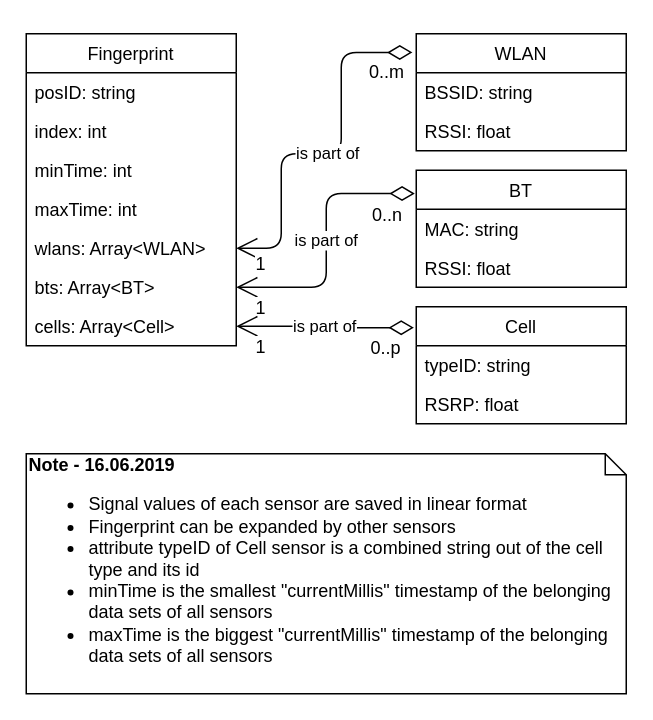
This is FP_DataModel.drawio from wurmc/DataModelling, a draw.io file, before an edit. Source tidied: cells renumbered, new cells numbered last; positions are measured from the earlier drawing's top-left corner, leaving out a move shared by most shapes. Both pictures are drawn from the tidied source at 150%, with x=0, y=0 at pixel (26, 33).
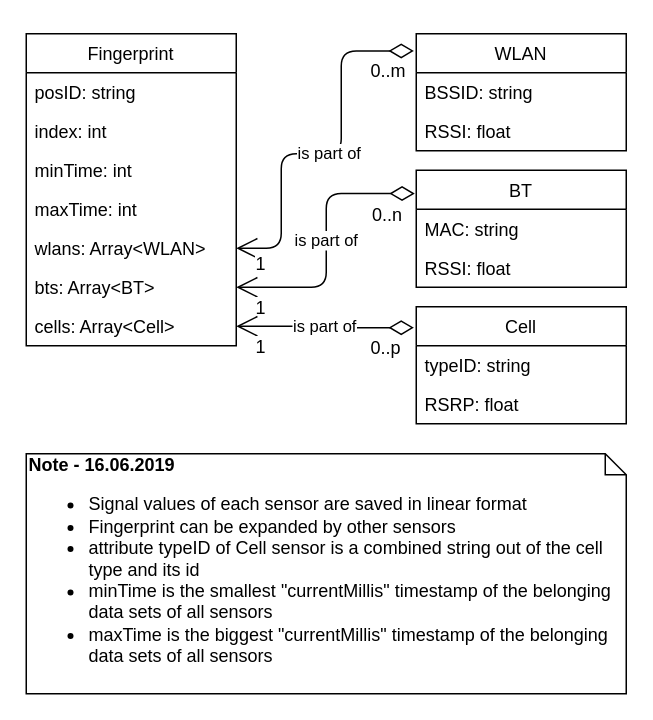
The same diagram, later.

Unchanged cells that the change refers to:
```xml
<mxCell id="7" value="wlans: Array&lt;WLAN&gt;&#10;" style="text;strokeColor=none;fillColor=none;align=left;verticalAlign=top;spacingLeft=4;spacingRight=4;overflow=hidden;points=[[0,0.5],[1,0.5]];portConstraint=eastwest;" parent="2" vertex="1">
  <mxGeometry y="130" width="140" height="26" as="geometry" />
</mxCell>
<mxCell id="10" value="WLAN" style="swimlane;fontStyle=0;horizontal=1;startSize=26;fillColor=none;" parent="1" vertex="1">
  <mxGeometry x="260" width="140" height="78" as="geometry" />
</mxCell>
```

Diff of the diagram source:
```diff
@@
-    <mxCell id="19" value="is part of" style="endArrow=open;html=1;endSize=12;startArrow=diamondThin;startSize=14;startFill=0;edgeStyle=orthogonalEdgeStyle;exitX=-0.018;exitY=0.16;exitDx=0;exitDy=0;entryX=1;entryY=0.5;entryDx=0;entryDy=0;exitPerimeter=0;" parent="1" edge="1" source="10" target="7">
+    <mxCell id="19" value="is part of" style="endArrow=open;html=1;endSize=12;startArrow=diamondThin;startSize=14;startFill=0;edgeStyle=orthogonalEdgeStyle;exitX=-0.011;exitY=0.147;exitDx=0;exitDy=0;entryX=1;entryY=0.5;entryDx=0;entryDy=0;exitPerimeter=0;" parent="1" edge="1" source="10" target="7">
       <mxGeometry relative="1" as="geometry">
         <Array as="points">
-          <mxPoint x="210" y="13" />
+          <mxPoint x="210" y="12" />
           <mxPoint x="210" y="80" />
           <mxPoint x="170" y="80" />
           <mxPoint x="170" y="143" />
         </Array>
       </mxGeometry>
     </mxCell>
```
